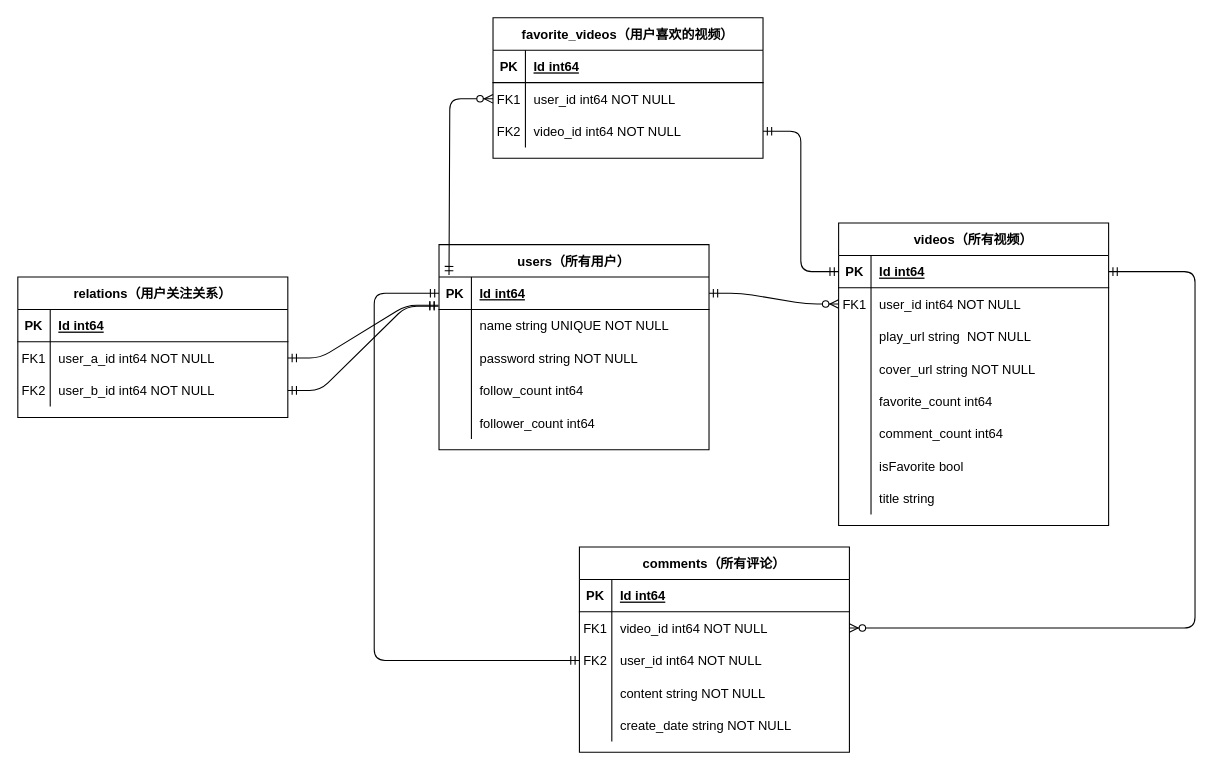
This is ERD.drawio from zenpk/mini-douyin, a draw.io file, before an edit. Source tidied: cells renumbered, new cells numbered last; positions are measured from the earlier drawing's top-left corner, leaving out a move shared by most shapes. Both pictures are drawn from the tidied source at 108%, with x=0, y=0 at pixel (17, 17).
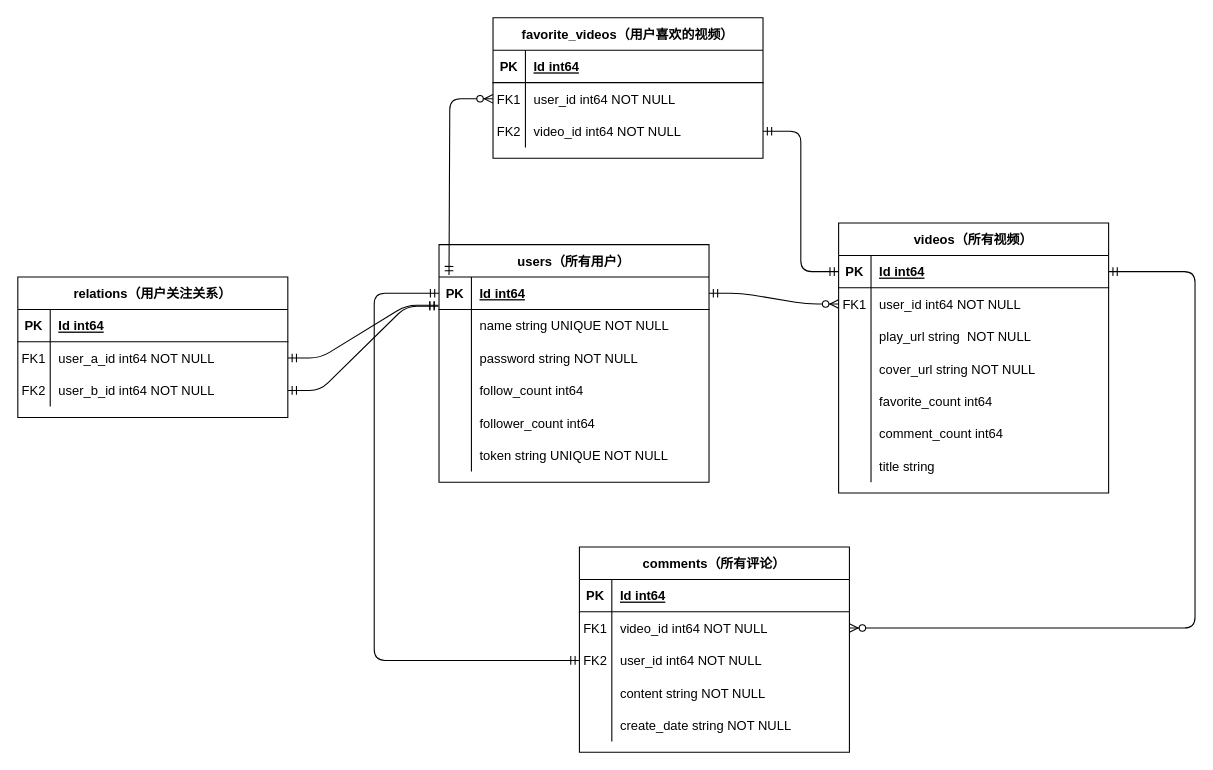
Above is the later version.

Diff of the diagram source:
```diff
@@
     <mxCell id="2" value="videos（所有视频）" style="shape=table;startSize=30;childLayout=tableLayout;rowLines=0;fontStyle=1;align=center;fontFamily=思源黑体;" parent="1" vertex="1">
-      <mxGeometry x="760" y="190" width="250" height="280" as="geometry" />
+      <mxGeometry x="760" y="190" width="250" height="250" as="geometry" />
     </mxCell>
@@
-    <mxCell id="21" style="shape=partialRectangle;fillColor=none;top=0;left=0;right=0;bottom=0;fontFamily=思源黑体;" parent="2" vertex="1">
-      <mxGeometry y="210" width="250" height="30" as="geometry" />
-    </mxCell>
-    <mxCell id="22" style="shape=partialRectangle;overflow=hidden;fillColor=none;top=0;left=0;bottom=0;right=0;fontFamily=思源黑体;" parent="21" vertex="1">
-      <mxGeometry width="30" height="30" as="geometry" />
-    </mxCell>
-    <mxCell id="23" value="isFavorite bool" style="shape=partialRectangle;overflow=hidden;fillColor=none;top=0;left=0;bottom=0;right=0;align=left;spacingLeft=6;fontFamily=思源黑体;" parent="21" vertex="1">
-      <mxGeometry x="30" width="220" height="30" as="geometry" />
-    </mxCell>
     <mxCell id="24" style="shape=partialRectangle;fillColor=none;top=0;left=0;right=0;bottom=0;fontFamily=思源黑体;" parent="2" vertex="1">
-      <mxGeometry y="240" width="250" height="30" as="geometry" />
+      <mxGeometry y="210" width="250" height="30" as="geometry" />
     </mxCell>
@@
     <mxCell id="43" value="users（所有用户）" style="shape=table;startSize=30;childLayout=tableLayout;rowLines=0;fontStyle=1;align=center;fontFamily=思源黑体;" parent="1" vertex="1">
-      <mxGeometry x="390" y="210" width="250" height="190" as="geometry" />
+      <mxGeometry x="390" y="210" width="250" height="220" as="geometry" />
     </mxCell>
@@
+    <mxCell id="86" style="shape=partialRectangle;fillColor=none;top=0;left=0;right=0;bottom=0;fontFamily=思源黑体;" parent="43" vertex="1">
+      <mxGeometry y="180" width="250" height="30" as="geometry" />
+    </mxCell>
+    <mxCell id="22" style="shape=partialRectangle;overflow=hidden;fillColor=none;top=0;left=0;bottom=0;right=0;fontFamily=思源黑体;" parent="86" vertex="1">
+      <mxGeometry width="30" height="30" as="geometry" />
+    </mxCell>
+    <mxCell id="87" value="token string UNIQUE NOT NULL" style="shape=partialRectangle;overflow=hidden;fillColor=none;top=0;left=0;bottom=0;right=0;align=left;spacingLeft=6;fontFamily=思源黑体;" parent="86" vertex="1">
+      <mxGeometry x="30" width="220" height="30" as="geometry" />
+    </mxCell>
```
